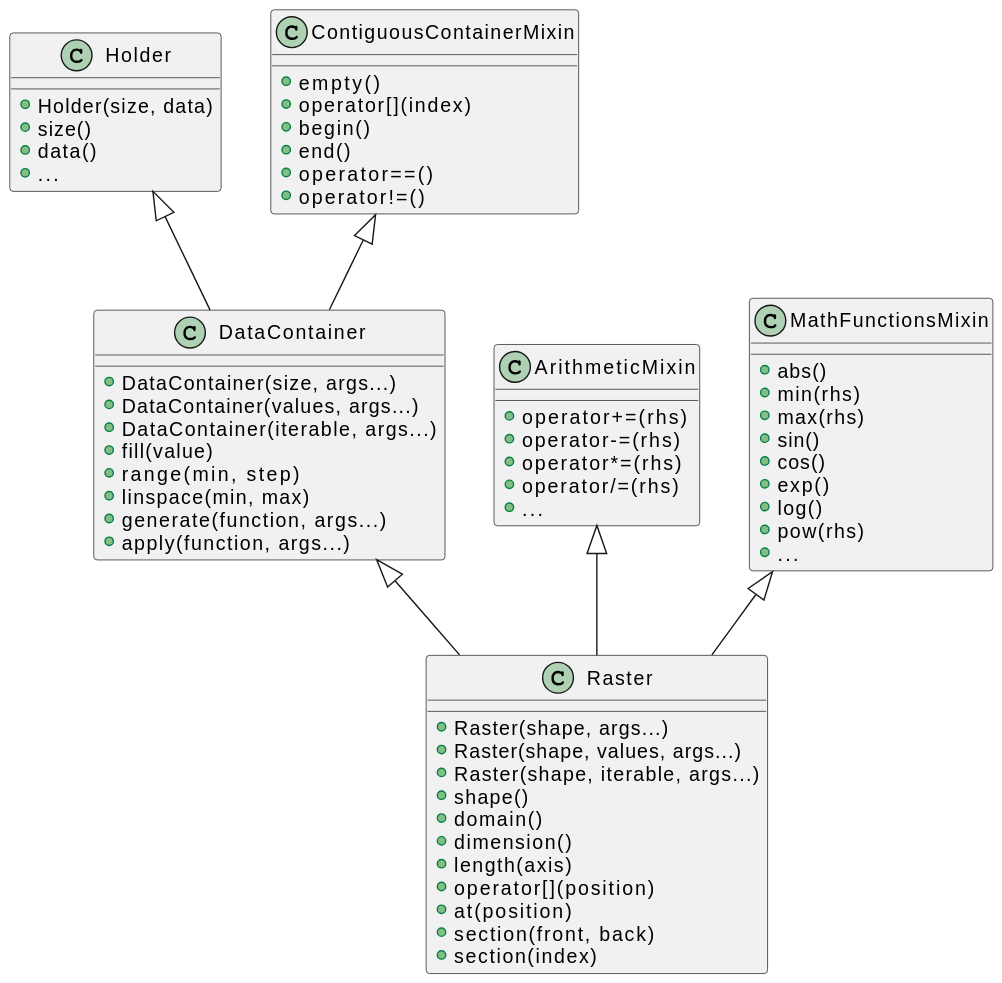
This is doc/diagrams/data_classes.svg from kabasset/Linx, a PlantUML export, as it was before one commit.
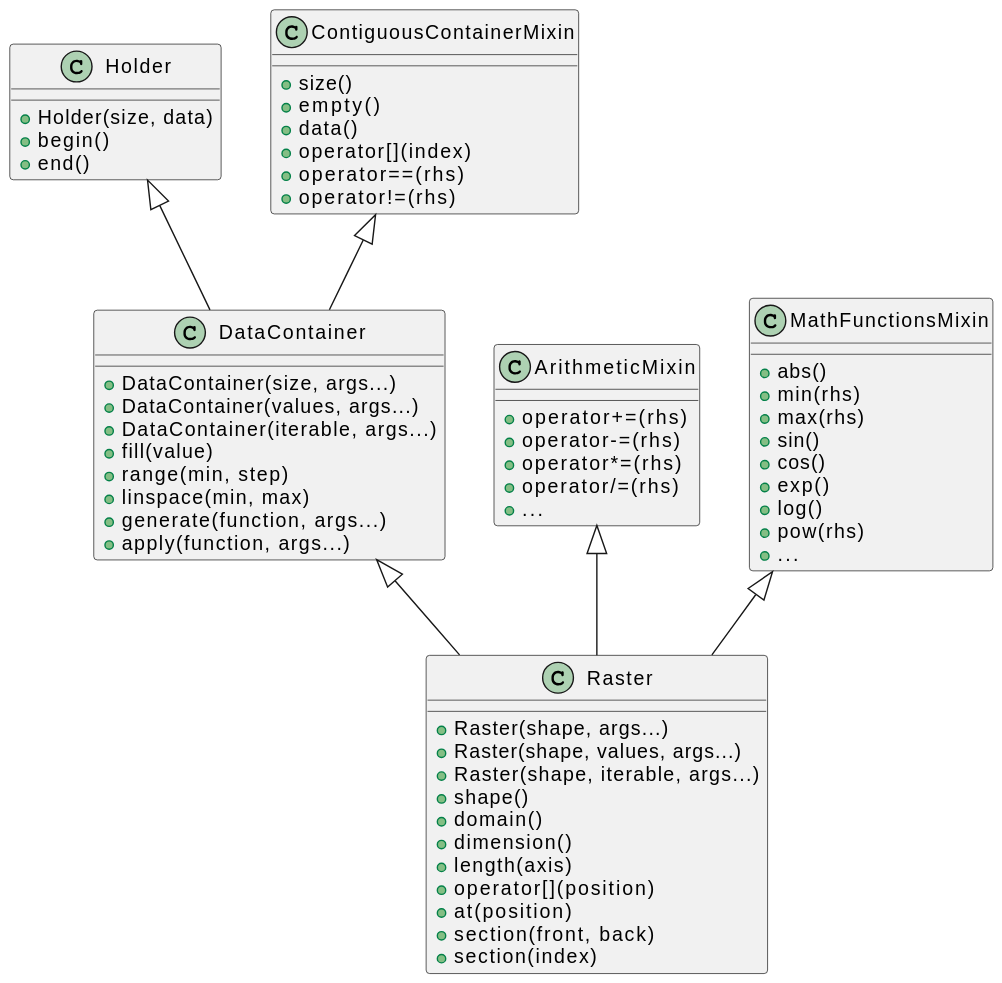
Later version of the same file.

Change to the diagram source:
```diff
@@ -1,9 +1,8 @@
 @startuml
 class Holder {
 + Holder(size, data)
-+ size()
-+ data()
-+ {method}...
++ begin()
++ end()
 }
 
 class DataContainer {
@@ -32,12 +31,12 @@
 }
 
 class ContiguousContainerMixin {
++ size()
 + empty()
++ data()
 + operator[](index)
-+ begin()
-+ end()
-+ operator==()
-+ operator!=()
++ operator==(rhs)
++ operator!=(rhs)
 }
 
 class ArithmeticMixin {
```
